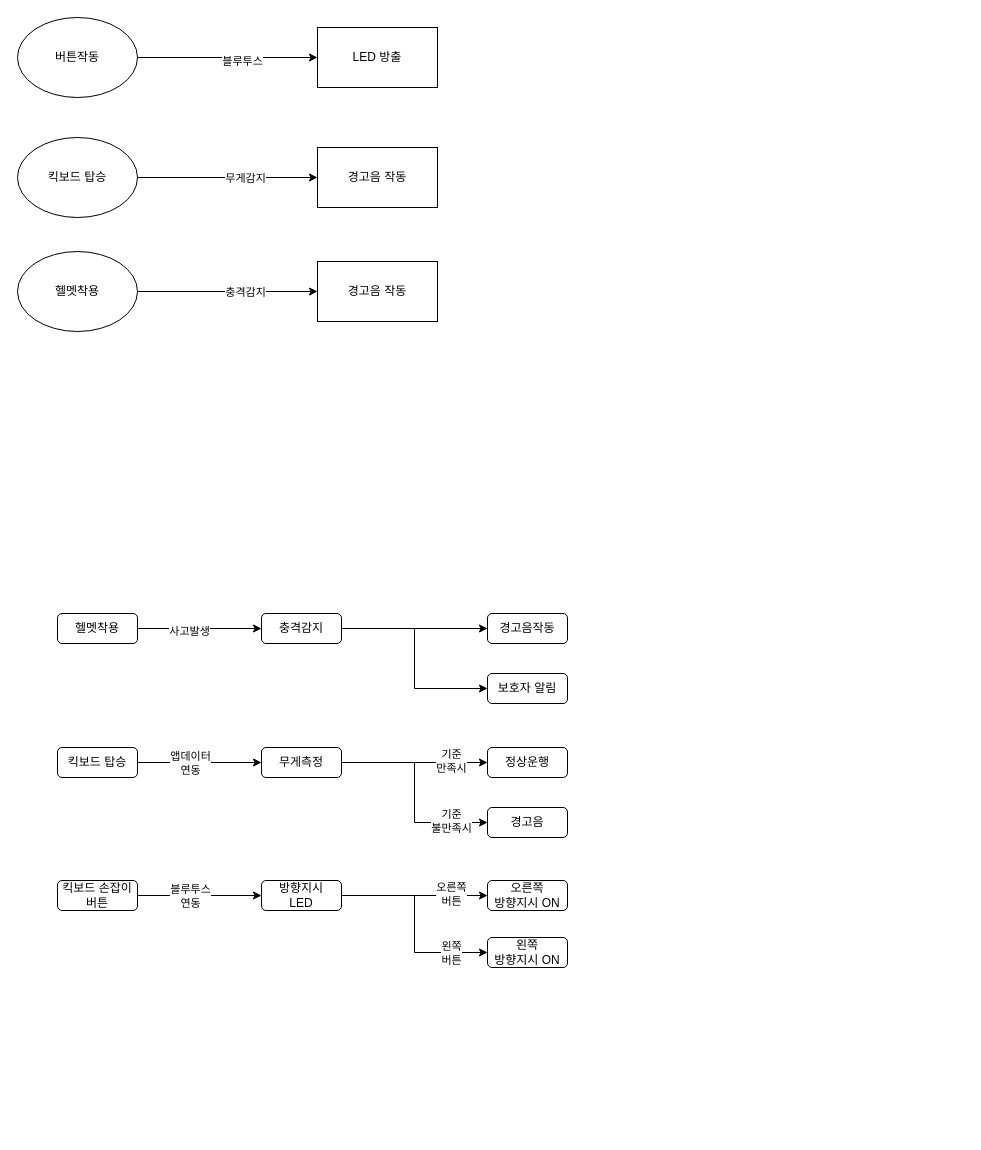
Before: 핵심프로젝트 서비스흐름도 1차.drawio in uwlsl4254/leetCode, a draw.io diagram. Source tidied: cells renumbered, new cells numbered last; positions are measured from the earlier drawing's top-left corner, leaving out a move shared by most shapes. Both pictures are drawn from the tidied source at 100%, with x=0, y=0 at pixel (17, 17).
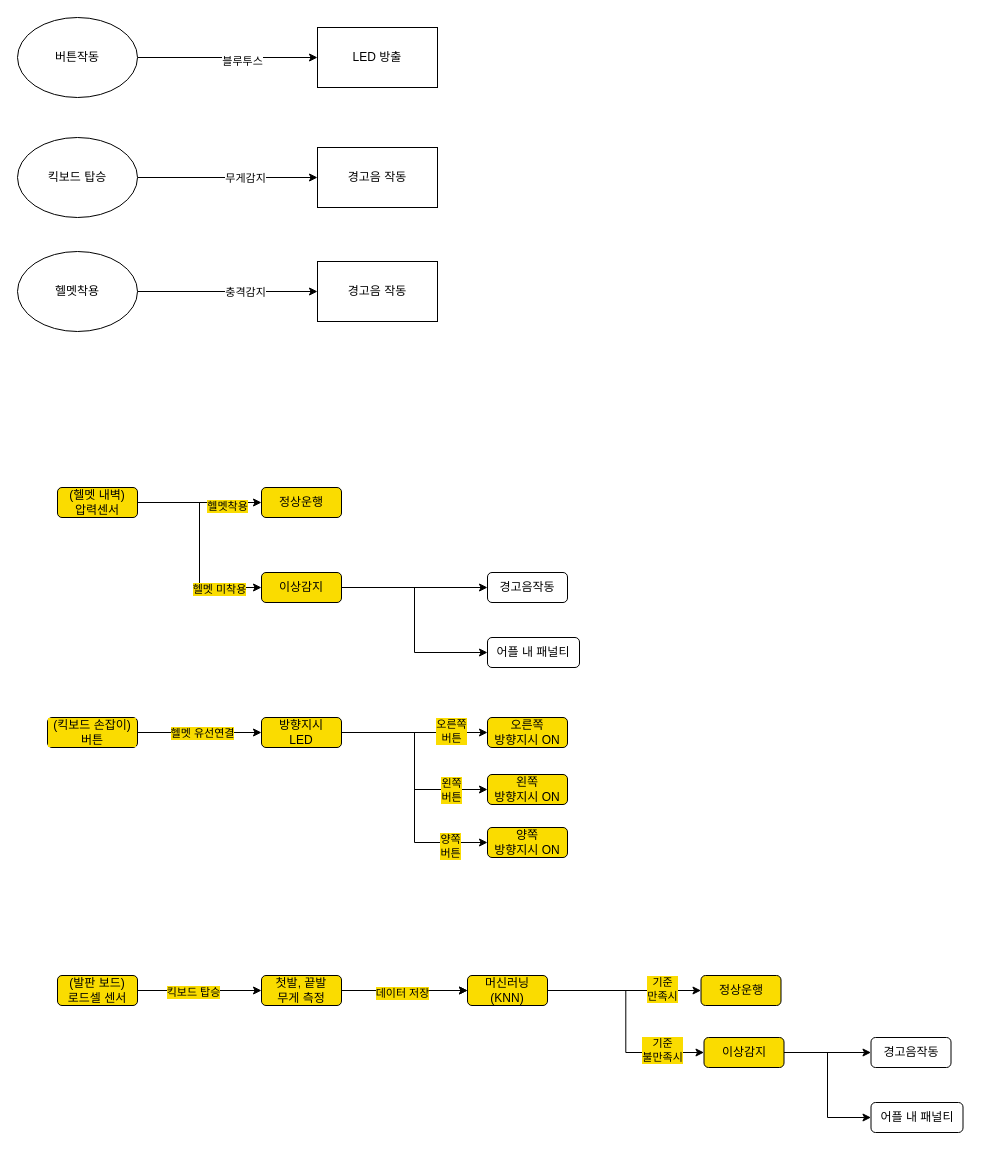
The same page after the edit.

Commit message:
핵심프로젝트 서비스흐름도 1차.drawio 업데이트

Change to the diagram source:
```diff
@@
-    <mxCell id="14" style="edgeStyle=orthogonalEdgeStyle;rounded=0;jettySize=auto;html=1;entryX=0;entryY=0.5;entryDx=0;entryDy=0;" parent="1" edge="1" source="16" target="22">
+    <mxCell id="14" style="edgeStyle=orthogonalEdgeStyle;rounded=0;jettySize=auto;html=1;entryX=0;entryY=0.5;entryDx=0;entryDy=0;labelBackgroundColor=#fadc00;" parent="1" edge="1" source="16" target="22">
       <mxGeometry relative="1" as="geometry" />
     </mxCell>
-    <mxCell id="15" value="사고발생" style="edgeLabel;html=1;align=center;verticalAlign=middle;" parent="14" vertex="1">
-      <mxGeometry x="-0.18" y="-2" relative="1" as="geometry" />
-    </mxCell>
+    <mxCell id="42" value="헬멧착용" style="edgeLabel;html=1;align=center;verticalAlign=middle;labelBackgroundColor=#fadc00;" parent="14" vertex="1">
+      <mxGeometry x="0.43" y="-3" relative="1" as="geometry" />
+    </mxCell>
+    <mxCell id="43" style="edgeStyle=orthogonalEdgeStyle;rounded=0;jettySize=auto;html=1;exitX=1;exitY=0.5;exitDx=0;exitDy=0;entryX=0;entryY=0.5;entryDx=0;entryDy=0;labelBackgroundColor=#fadc00;" parent="1" edge="1" source="16" target="50">
+      <mxGeometry relative="1" as="geometry" />
+    </mxCell>
+    <mxCell id="44" value="헬멧 미착용" style="edgeLabel;html=1;align=center;verticalAlign=middle;labelBackgroundColor=#fadc00;" parent="43" vertex="1">
+      <mxGeometry x="0.59" y="-1" relative="1" as="geometry" />
+    </mxCell>
-    <mxCell id="16" value="헬멧착용" style="rounded=1;whiteSpace=wrap;html=1;" parent="1" vertex="1">
-      <mxGeometry x="40" y="596" width="80" height="30" as="geometry" />
+    <mxCell id="16" value="(헬멧 내벽)&lt;br&gt;압력센서" style="rounded=1;whiteSpace=wrap;html=1;labelBackgroundColor=#fadc00;fillColor=#FADC00;" parent="1" vertex="1">
+      <mxGeometry x="40" y="470" width="80" height="30" as="geometry" />
     </mxCell>
-    <mxCell id="17" style="edgeStyle=orthogonalEdgeStyle;rounded=0;jettySize=auto;html=1;exitX=1;exitY=0.5;exitDx=0;exitDy=0;entryX=0;entryY=0.5;entryDx=0;entryDy=0;" parent="1" edge="1" source="19" target="29">
+    <mxCell id="17" style="edgeStyle=orthogonalEdgeStyle;rounded=0;jettySize=auto;html=1;exitX=1;exitY=0.5;exitDx=0;exitDy=0;entryX=0;entryY=0.5;entryDx=0;entryDy=0;labelBackgroundColor=#FADC00;" parent="1" edge="1" source="19" target="29">
       <mxGeometry relative="1" as="geometry" />
     </mxCell>
-    <mxCell id="18" value="앱데이터&lt;br&gt;연동" style="edgeLabel;html=1;align=center;verticalAlign=middle;" parent="17" vertex="1">
-      <mxGeometry x="-0.25" relative="1" as="geometry">
-        <mxPoint x="5" as="offset" />
-      </mxGeometry>
-    </mxCell>
+    <mxCell id="45" value="킥보드 탑승" style="edgeLabel;html=1;align=center;verticalAlign=middle;labelBackgroundColor=#FADC00;" parent="17" vertex="1">
+      <mxGeometry x="-0.11" y="-1" relative="1" as="geometry" />
+    </mxCell>
-    <mxCell id="19" value="킥보드 탑승" style="rounded=1;whiteSpace=wrap;html=1;" parent="1" vertex="1">
-      <mxGeometry x="40" y="730" width="80" height="30" as="geometry" />
+    <mxCell id="19" value="(발판 보드)&lt;br&gt;로드셀 센서" style="rounded=1;whiteSpace=wrap;html=1;fillColor=#FADC00;" parent="1" vertex="1">
+      <mxGeometry x="40" y="958" width="80" height="30" as="geometry" />
     </mxCell>
-    <mxCell id="20" style="edgeStyle=orthogonalEdgeStyle;rounded=0;jettySize=auto;html=1;exitX=1;exitY=0.5;exitDx=0;exitDy=0;entryX=0;entryY=0.5;entryDx=0;entryDy=0;" parent="1" edge="1" source="22" target="23">
-      <mxGeometry relative="1" as="geometry" />
-    </mxCell>
-    <mxCell id="21" style="edgeStyle=orthogonalEdgeStyle;rounded=0;jettySize=auto;html=1;exitX=1;exitY=0.5;exitDx=0;exitDy=0;entryX=0;entryY=0.5;entryDx=0;entryDy=0;" parent="1" edge="1" source="22" target="24">
-      <mxGeometry relative="1" as="geometry" />
-    </mxCell>
-    <mxCell id="22" value="충격감지" style="rounded=1;whiteSpace=wrap;html=1;" parent="1" vertex="1">
-      <mxGeometry x="244" y="596" width="80" height="30" as="geometry" />
+    <mxCell id="22" value="정상운행" style="rounded=1;whiteSpace=wrap;html=1;labelBackgroundColor=#fadc00;fillColor=#fadc00;" parent="1" vertex="1">
+      <mxGeometry x="244" y="470" width="80" height="30" as="geometry" />
     </mxCell>
     <mxCell id="23" value="경고음작동" style="rounded=1;whiteSpace=wrap;html=1;" parent="1" vertex="1">
-      <mxGeometry x="470" y="596" width="80" height="30" as="geometry" />
+      <mxGeometry x="470" y="555" width="80" height="30" as="geometry" />
     </mxCell>
-    <mxCell id="24" value="보호자 알림" style="rounded=1;whiteSpace=wrap;html=1;" parent="1" vertex="1">
-      <mxGeometry x="470" y="656" width="80" height="30" as="geometry" />
-    </mxCell>
-    <mxCell id="25" style="edgeStyle=orthogonalEdgeStyle;rounded=0;jettySize=auto;html=1;exitX=1;exitY=0.5;exitDx=0;exitDy=0;entryX=0;entryY=0.5;entryDx=0;entryDy=0;" parent="1" edge="1" source="29" target="30">
+    <mxCell id="25" style="edgeStyle=orthogonalEdgeStyle;rounded=0;jettySize=auto;html=1;exitX=1;exitY=0.5;exitDx=0;exitDy=0;entryX=0;entryY=0.5;entryDx=0;entryDy=0;labelBackgroundColor=#FADC00;" parent="1" edge="1" source="61" target="30">
       <mxGeometry relative="1" as="geometry" />
     </mxCell>
-    <mxCell id="26" value="기준&lt;br&gt;만족시" style="edgeLabel;html=1;align=center;verticalAlign=middle;" parent="25" vertex="1">
+    <mxCell id="26" value="기준&lt;br&gt;만족시" style="edgeLabel;html=1;align=center;verticalAlign=middle;labelBackgroundColor=#FADC00;" parent="25" vertex="1">
       <mxGeometry x="0.35" y="2" relative="1" as="geometry">
         <mxPoint x="10" as="offset" />
       </mxGeometry>
     </mxCell>
-    <mxCell id="27" style="edgeStyle=orthogonalEdgeStyle;rounded=0;jettySize=auto;html=1;exitX=1;exitY=0.5;exitDx=0;exitDy=0;entryX=0;entryY=0.5;entryDx=0;entryDy=0;" parent="1" edge="1" source="29" target="31">
+    <mxCell id="27" style="edgeStyle=orthogonalEdgeStyle;rounded=0;jettySize=auto;html=1;exitX=1;exitY=0.5;exitDx=0;exitDy=0;entryX=0;entryY=0.5;entryDx=0;entryDy=0;labelBackgroundColor=#FADC00;" parent="1" edge="1" source="61" target="56">
       <mxGeometry relative="1" as="geometry" />
     </mxCell>
-    <mxCell id="28" value="기준&lt;br&gt;불만족시" style="edgeLabel;html=1;align=center;verticalAlign=middle;" parent="27" vertex="1">
+    <mxCell id="28" value="기준&lt;br&gt;불만족시" style="edgeLabel;html=1;align=center;verticalAlign=middle;labelBackgroundColor=#FADC00;" parent="27" vertex="1">
       <mxGeometry x="0.09" y="-2" relative="1" as="geometry">
         <mxPoint x="38" y="19" as="offset" />
       </mxGeometry>
     </mxCell>
-    <mxCell id="29" value="무게측정" style="rounded=1;whiteSpace=wrap;html=1;" parent="1" vertex="1">
-      <mxGeometry x="244" y="730" width="80" height="30" as="geometry" />
+    <mxCell id="29" value="첫발, 끝발 &lt;br&gt;무게 측정" style="rounded=1;whiteSpace=wrap;html=1;labelBackgroundColor=#FADC00;fillColor=#FADC00;" parent="1" vertex="1">
+      <mxGeometry x="244" y="958" width="80" height="30" as="geometry" />
     </mxCell>
-    <mxCell id="30" value="정상운행" style="rounded=1;whiteSpace=wrap;html=1;" parent="1" vertex="1">
-      <mxGeometry x="470" y="730" width="80" height="30" as="geometry" />
+    <mxCell id="30" value="정상운행" style="rounded=1;whiteSpace=wrap;html=1;labelBackgroundColor=#FADC00;fillColor=#FADC00;" parent="1" vertex="1">
+      <mxGeometry x="683.5" y="958" width="80" height="30" as="geometry" />
     </mxCell>
-    <mxCell id="31" value="경고음" style="rounded=1;whiteSpace=wrap;html=1;" parent="1" vertex="1">
-      <mxGeometry x="470" y="790" width="80" height="30" as="geometry" />
-    </mxCell>
-    <mxCell id="32" style="edgeStyle=orthogonalEdgeStyle;rounded=0;jettySize=auto;html=1;exitX=1;exitY=0.5;exitDx=0;exitDy=0;entryX=0;entryY=0.5;entryDx=0;entryDy=0;" parent="1" edge="1" source="34" target="39">
+    <mxCell id="32" style="edgeStyle=orthogonalEdgeStyle;rounded=0;jettySize=auto;html=1;exitX=1;exitY=0.5;exitDx=0;exitDy=0;entryX=0;entryY=0.5;entryDx=0;entryDy=0;labelBackgroundColor=#fadc00;" parent="1" edge="1" source="34" target="39">
       <mxGeometry relative="1" as="geometry" />
     </mxCell>
-    <mxCell id="33" value="블루투스&lt;br&gt;연동" style="edgeLabel;html=1;align=center;verticalAlign=middle;" parent="32" vertex="1">
+    <mxCell id="33" value="헬멧 유선연결" style="edgeLabel;html=1;align=center;verticalAlign=middle;labelBackgroundColor=#fadc00;" parent="32" vertex="1">
       <mxGeometry x="-0.25" relative="1" as="geometry">
-        <mxPoint x="5" as="offset" />
+        <mxPoint x="17" as="offset" />
       </mxGeometry>
     </mxCell>
-    <mxCell id="34" value="킥보드 손잡이&lt;br&gt;버튼" style="rounded=1;whiteSpace=wrap;html=1;" parent="1" vertex="1">
-      <mxGeometry x="40" y="863" width="80" height="30" as="geometry" />
+    <mxCell id="34" value="&lt;span style=&quot;background-color: rgb(250, 220, 0);&quot;&gt;(킥보드 손잡이) 버튼&lt;/span&gt;" style="rounded=1;whiteSpace=wrap;html=1;labelBackgroundColor=#fadc00;fillColor=#fadc00;" parent="1" vertex="1">
+      <mxGeometry x="30" y="700" width="90" height="30" as="geometry" />
     </mxCell>
-    <mxCell id="35" style="edgeStyle=orthogonalEdgeStyle;rounded=0;jettySize=auto;html=1;exitX=1;exitY=0.5;exitDx=0;exitDy=0;entryX=0;entryY=0.5;entryDx=0;entryDy=0;" parent="1" edge="1" source="39" target="40">
+    <mxCell id="35" style="edgeStyle=orthogonalEdgeStyle;rounded=0;jettySize=auto;html=1;exitX=1;exitY=0.5;exitDx=0;exitDy=0;entryX=0;entryY=0.5;entryDx=0;entryDy=0;labelBackgroundColor=#fadc00;" parent="1" edge="1" source="39" target="40">
       <mxGeometry relative="1" as="geometry" />
     </mxCell>
-    <mxCell id="36" value="오른쪽&lt;br&gt;버튼" style="edgeLabel;html=1;align=center;verticalAlign=middle;" parent="35" vertex="1">
+    <mxCell id="36" value="오른쪽&lt;br&gt;버튼" style="edgeLabel;html=1;align=center;verticalAlign=middle;labelBackgroundColor=#fadc00;" parent="35" vertex="1">
       <mxGeometry x="0.35" y="2" relative="1" as="geometry">
         <mxPoint x="10" as="offset" />
       </mxGeometry>
     </mxCell>
-    <mxCell id="37" style="edgeStyle=orthogonalEdgeStyle;rounded=0;jettySize=auto;html=1;exitX=1;exitY=0.5;exitDx=0;exitDy=0;entryX=0;entryY=0.5;entryDx=0;entryDy=0;" parent="1" edge="1" source="39" target="41">
+    <mxCell id="37" style="edgeStyle=orthogonalEdgeStyle;rounded=0;jettySize=auto;html=1;exitX=1;exitY=0.5;exitDx=0;exitDy=0;entryX=0;entryY=0.5;entryDx=0;entryDy=0;labelBackgroundColor=#fadc00;" parent="1" edge="1" source="39" target="41">
       <mxGeometry relative="1" as="geometry" />
     </mxCell>
-    <mxCell id="38" value="왼쪽&lt;br&gt;버튼" style="edgeLabel;html=1;align=center;verticalAlign=middle;" parent="37" vertex="1">
+    <mxCell id="38" value="왼쪽&lt;br&gt;버튼" style="edgeLabel;html=1;align=center;verticalAlign=middle;labelBackgroundColor=#fadc00;" parent="37" vertex="1">
       <mxGeometry x="0.09" y="-2" relative="1" as="geometry">
         <mxPoint x="38" y="19" as="offset" />
       </mxGeometry>
     </mxCell>
+    <mxCell id="46" style="edgeStyle=orthogonalEdgeStyle;rounded=0;jettySize=auto;html=1;exitX=1;exitY=0.5;exitDx=0;exitDy=0;entryX=0;entryY=0.5;entryDx=0;entryDy=0;labelBackgroundColor=#fadc00;" parent="1" edge="1" source="39" target="52">
+      <mxGeometry relative="1" as="geometry" />
+    </mxCell>
+    <mxCell id="47" value="양쪽&lt;br&gt;버튼" style="edgeLabel;html=1;align=center;verticalAlign=middle;labelBackgroundColor=#fadc00;" parent="46" vertex="1">
+      <mxGeometry x="0.7" y="-3" relative="1" as="geometry" />
+    </mxCell>
-    <mxCell id="39" value="방향지시&lt;br&gt;LED" style="rounded=1;whiteSpace=wrap;html=1;" parent="1" vertex="1">
-      <mxGeometry x="244" y="863" width="80" height="30" as="geometry" />
+    <mxCell id="39" value="방향지시&lt;br&gt;LED" style="rounded=1;whiteSpace=wrap;html=1;labelBackgroundColor=#fadc00;fillColor=#fadc00;" parent="1" vertex="1">
+      <mxGeometry x="244" y="700" width="80" height="30" as="geometry" />
     </mxCell>
-    <mxCell id="40" value="오른쪽 &lt;br&gt;방향지시 ON" style="rounded=1;whiteSpace=wrap;html=1;" parent="1" vertex="1">
-      <mxGeometry x="470" y="863" width="80" height="30" as="geometry" />
+    <mxCell id="40" value="오른쪽 &lt;br&gt;방향지시 ON" style="rounded=1;whiteSpace=wrap;html=1;labelBackgroundColor=#fadc00;fillColor=#fadc00;" parent="1" vertex="1">
+      <mxGeometry x="470" y="700" width="80" height="30" as="geometry" />
     </mxCell>
-    <mxCell id="41" value="왼쪽&lt;br&gt;방향지시 ON" style="rounded=1;whiteSpace=wrap;html=1;" parent="1" vertex="1">
-      <mxGeometry x="470" y="920" width="80" height="30" as="geometry" />
+    <mxCell id="41" value="왼쪽&lt;br&gt;방향지시 ON" style="rounded=1;whiteSpace=wrap;html=1;labelBackgroundColor=#fadc00;fillColor=#fadc00;" parent="1" vertex="1">
+      <mxGeometry x="470" y="757" width="80" height="30" as="geometry" />
     </mxCell>
+    <mxCell id="48" style="edgeStyle=orthogonalEdgeStyle;rounded=0;jettySize=auto;html=1;exitX=1;exitY=0.5;exitDx=0;exitDy=0;entryX=0;entryY=0.5;entryDx=0;entryDy=0;" parent="1" edge="1" source="50" target="23">
+      <mxGeometry relative="1" as="geometry" />
+    </mxCell>
+    <mxCell id="49" style="edgeStyle=orthogonalEdgeStyle;rounded=0;jettySize=auto;html=1;exitX=1;exitY=0.5;exitDx=0;exitDy=0;entryX=0;entryY=0.5;entryDx=0;entryDy=0;" parent="1" edge="1" source="50" target="51">
+      <mxGeometry relative="1" as="geometry" />
+    </mxCell>
+    <mxCell id="50" value="이상감지" style="rounded=1;whiteSpace=wrap;html=1;labelBackgroundColor=#fadc00;fillColor=#fadc00;" parent="1" vertex="1">
+      <mxGeometry x="244" y="555" width="80" height="30" as="geometry" />
+    </mxCell>
+    <mxCell id="51" value="어플 내 패널티" style="rounded=1;whiteSpace=wrap;html=1;" parent="1" vertex="1">
+      <mxGeometry x="470" y="620" width="92" height="30" as="geometry" />
+    </mxCell>
+    <mxCell id="52" value="양쪽&lt;br&gt;방향지시 ON" style="rounded=1;whiteSpace=wrap;html=1;labelBackgroundColor=#fadc00;fillColor=#FADC00;" parent="1" vertex="1">
+      <mxGeometry x="470" y="810" width="80" height="30" as="geometry" />
+    </mxCell>
+    <mxCell id="53" value="경고음작동" style="rounded=1;whiteSpace=wrap;html=1;" parent="1" vertex="1">
+      <mxGeometry x="853.5" y="1020" width="80" height="30" as="geometry" />
+    </mxCell>
+    <mxCell id="54" style="edgeStyle=orthogonalEdgeStyle;rounded=0;jettySize=auto;html=1;exitX=1;exitY=0.5;exitDx=0;exitDy=0;entryX=0;entryY=0.5;entryDx=0;entryDy=0;" parent="1" edge="1" source="56" target="53">
+      <mxGeometry relative="1" as="geometry" />
+    </mxCell>
+    <mxCell id="55" style="edgeStyle=orthogonalEdgeStyle;rounded=0;jettySize=auto;html=1;exitX=1;exitY=0.5;exitDx=0;exitDy=0;entryX=0;entryY=0.5;entryDx=0;entryDy=0;" parent="1" edge="1" source="56" target="57">
+      <mxGeometry relative="1" as="geometry" />
+    </mxCell>
+    <mxCell id="56" value="이상감지" style="rounded=1;whiteSpace=wrap;html=1;labelBackgroundColor=#FADC00;fillColor=#fadc00;" parent="1" vertex="1">
+      <mxGeometry x="686.5" y="1020" width="80" height="30" as="geometry" />
+    </mxCell>
+    <mxCell id="57" value="어플 내 패널티" style="rounded=1;whiteSpace=wrap;html=1;" parent="1" vertex="1">
+      <mxGeometry x="853.5" y="1085" width="92" height="30" as="geometry" />
+    </mxCell>
+    <mxCell id="58" style="edgeStyle=orthogonalEdgeStyle;rounded=0;jettySize=auto;html=1;exitX=1;exitY=0.5;exitDx=0;exitDy=0;entryX=0;entryY=0.5;entryDx=0;entryDy=0;labelBackgroundColor=#FADC00;" parent="1" edge="1" source="29" target="61">
+      <mxGeometry relative="1" as="geometry" />
+    </mxCell>
+    <mxCell id="59" style="edgeStyle=orthogonalEdgeStyle;rounded=0;jettySize=auto;html=1;exitX=1;exitY=0.5;exitDx=0;exitDy=0;entryX=0;entryY=0.5;entryDx=0;entryDy=0;labelBackgroundColor=#FADC00;" parent="1" edge="1" source="29" target="61">
+      <mxGeometry relative="1" as="geometry" />
+    </mxCell>
+    <mxCell id="60" value="데이터 저장" style="edgeLabel;html=1;align=center;verticalAlign=middle;labelBackgroundColor=#FADC00;" parent="59" vertex="1">
+      <mxGeometry x="-0.05" y="-2" relative="1" as="geometry" />
+    </mxCell>
+    <mxCell id="61" value="머신러닝&lt;br&gt;(KNN)" style="rounded=1;whiteSpace=wrap;html=1;labelBackgroundColor=#FADC00;fillColor=#FADC00;" parent="1" vertex="1">
+      <mxGeometry x="450" y="958" width="80" height="30" as="geometry" />
+    </mxCell>
```
